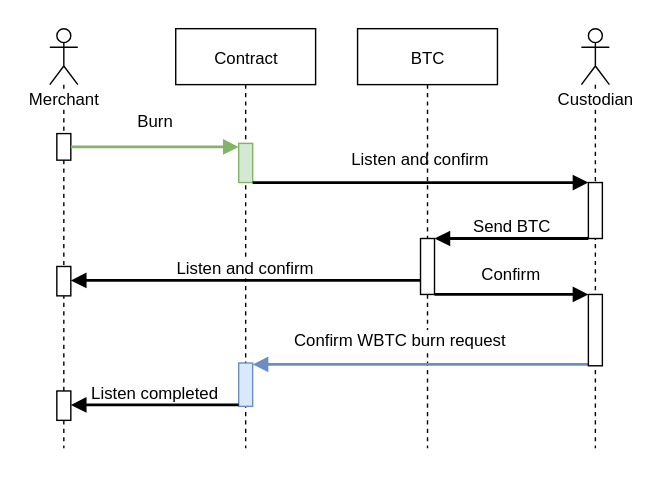
Earlier version of the draw.io export res/wbtc-burn-flow.svg (SegueII/wbtc-share). Source tidied: cells renumbered, new cells last; positions are measured from the earlier drawing's top-left corner, leaving out a move shared by most shapes.
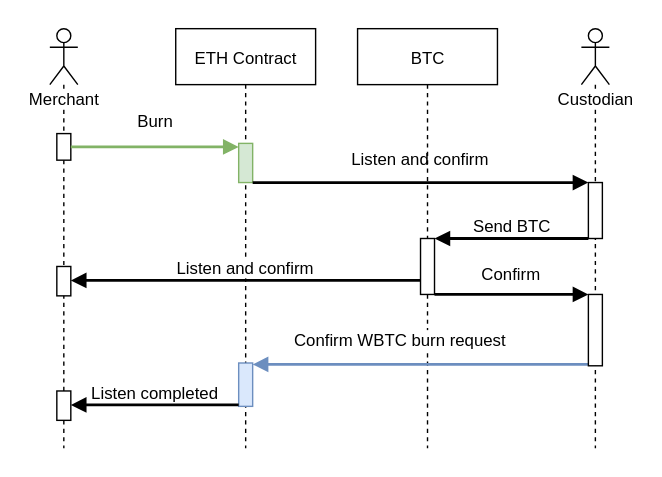
Later version of the same file.

The edit, as a diff of the source:
```diff
@@ -2,7 +2,7 @@
   <root>
     <mxCell id="0" />
     <mxCell id="1" parent="0" />
-    <mxCell id="2" value="Contract" style="html=1;perimeter=orthogonalPerimeter;shape=umlLifeline;participant=label;fontFamily=Helvetica;fontSize=12;fontColor=#000000;align=center;strokeColor=#000000;strokeWidth=1;fillColor=#ffffff;" parent="1" vertex="1">
+    <mxCell id="2" value="ETH Contract" style="html=1;perimeter=orthogonalPerimeter;shape=umlLifeline;participant=label;fontFamily=Helvetica;fontSize=12;fontColor=#000000;align=center;strokeColor=#000000;strokeWidth=1;fillColor=#ffffff;" parent="1" vertex="1">
       <mxGeometry x="90" width="100" height="300" as="geometry" />
     </mxCell>
     <mxCell id="3" style="html=1;points=[];perimeter=orthogonalPerimeter;strokeWidth=1;fillColor=#d5e8d4;fontSize=12;strokeColor=#82b366;" parent="2" vertex="1">
```
